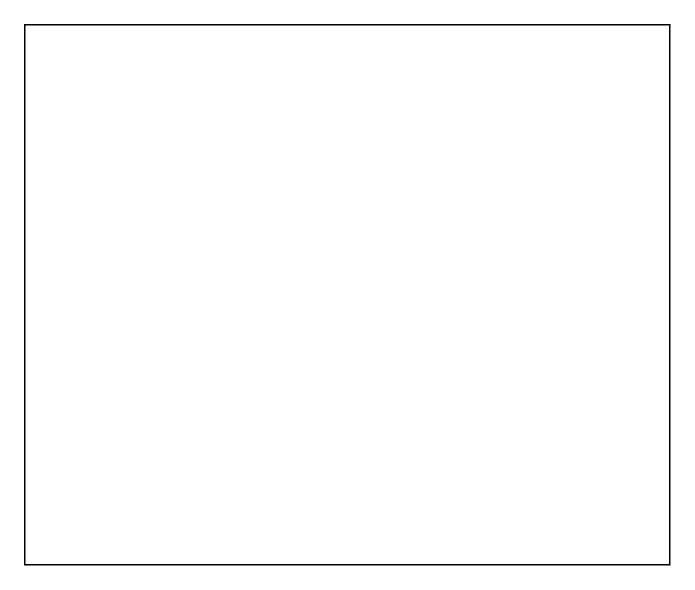
The draw.io diagram packages/system-learning/part-2-js高级/04_js执行原理/test.dio in chen-d-yu/knowledge-has-no-limit, before the edit. Source tidied: cells renumbered, new cells numbered last; positions are measured from the earlier drawing's top-left corner, leaving out a move shared by most shapes. Both pictures are drawn from the tidied source at 150%, with x=0, y=0 at pixel (24, 24).
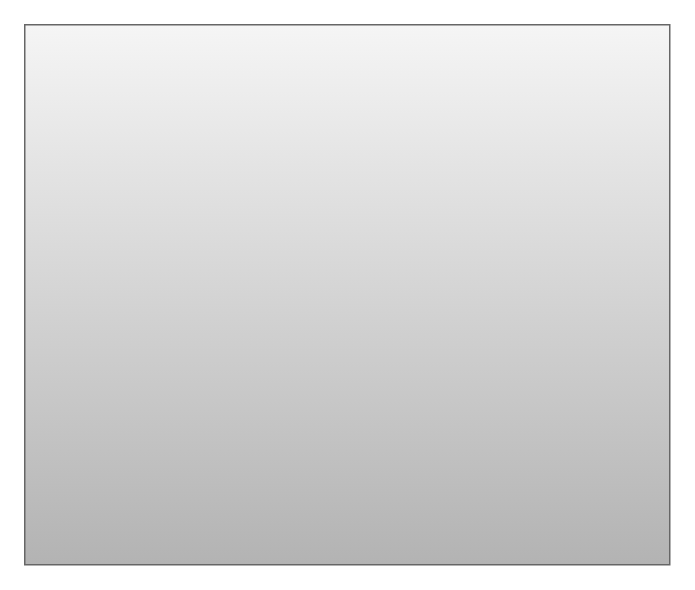
The same diagram, later.

Diff of the diagram source:
```diff
@@
 <mxGraphModel>
   <root>
     <mxCell id="0" />
     <mxCell id="1" parent="0" />
-    <mxCell id="2" style="rounded=0;whiteSpace=wrap;html=1;" parent="1" vertex="1">
+    <mxCell id="2" style="rounded=0;whiteSpace=wrap;html=1;fillColor=#f5f5f5;gradientColor=#b3b3b3;strokeColor=#666666;" parent="1" vertex="1">
       <mxGeometry width="430" height="360" as="geometry" />
     </mxCell>
   </root>
 </mxGraphModel>
```
